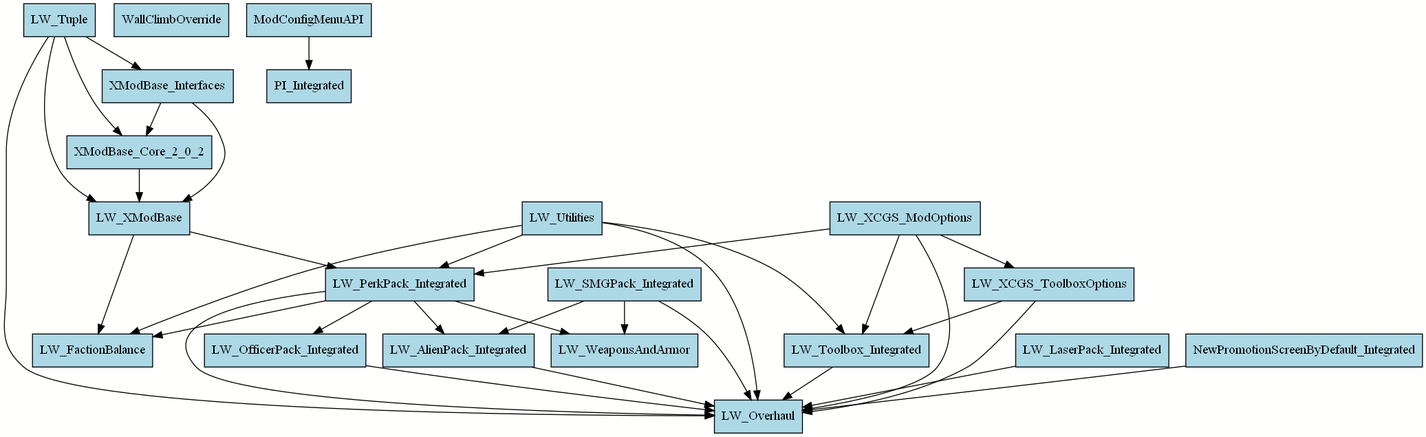
Earlier version of the Graphviz export static/img/load-order/lw2.png (robojumper/robojumper.github.io). Its source is kept beside it as raw/load-order/lw2.dot. Its diagram source:
```dot
digraph lw2 {
    bgcolor="#fffffd";
    node [shape=box style=filled fillcolor="lightblue"];

	LW_Tuple -> LW_Overhaul;
	LW_Tuple -> LW_XModBase;
	LW_Tuple -> XModBase_Core_2_0_2;
	LW_Tuple -> XModBase_Interfaces;

	XModBase_Interfaces -> LW_XModBase;
	XModBase_Interfaces -> XModBase_Core_2_0_2;

	XModBase_Core_2_0_2 -> LW_XModBase;

	LW_XModBase -> LW_PerkPack_Integrated;
	LW_XModBase -> LW_FactionBalance;

	WallClimbOverride;

	LW_Utilities -> LW_FactionBalance;
	LW_Utilities -> LW_Overhaul;
	LW_Utilities -> LW_PerkPack_Integrated;
	LW_Utilities -> LW_Toolbox_Integrated;

	ModConfigMenuAPI -> PI_Integrated;

	LW_XCGS_ModOptions -> LW_Overhaul;
	LW_XCGS_ModOptions -> LW_PerkPack_Integrated;
	LW_XCGS_ModOptions -> LW_Toolbox_Integrated;
	LW_XCGS_ModOptions -> LW_XCGS_ToolboxOptions;

	LW_XCGS_ToolboxOptions -> LW_Toolbox_Integrated;
	LW_XCGS_ToolboxOptions -> LW_Overhaul;

	LW_SMGPack_Integrated -> LW_Overhaul;
	LW_SMGPack_Integrated -> LW_AlienPack_Integrated;
	LW_SMGPack_Integrated -> LW_WeaponsAndArmor;

	LW_LaserPack_Integrated -> LW_Overhaul;

	NewPromotionScreenByDefault_Integrated -> LW_Overhaul;

	LW_PerkPack_Integrated -> LW_AlienPack_Integrated;
	LW_PerkPack_Integrated -> LW_FactionBalance;
	LW_PerkPack_Integrated -> LW_OfficerPack_Integrated;
	LW_PerkPack_Integrated -> LW_Overhaul;
	LW_PerkPack_Integrated -> LW_WeaponsAndArmor;

	LW_OfficerPack_Integrated -> LW_Overhaul;

	LW_AlienPack_Integrated -> LW_Overhaul;

	LW_Toolbox_Integrated -> LW_Overhaul;
}
```
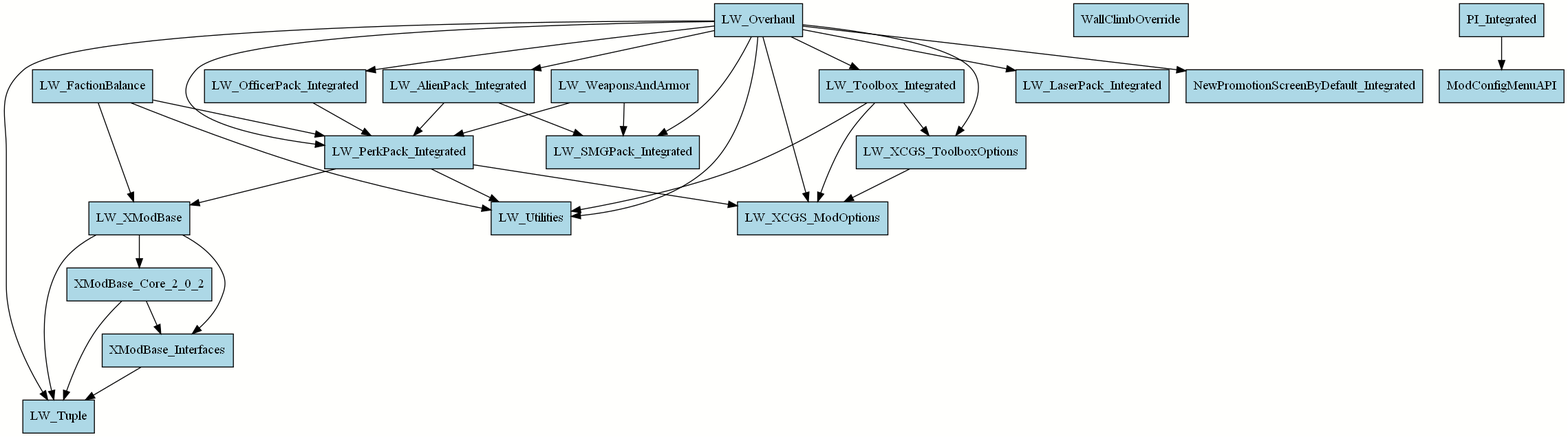
Later version of the same file.

Diff of the diagram source:
```diff
@@ -2,53 +2,53 @@
     bgcolor="#fffffd";
     node [shape=box style=filled fillcolor="lightblue"];
 
-	LW_Tuple -> LW_Overhaul;
-	LW_Tuple -> LW_XModBase;
-	LW_Tuple -> XModBase_Core_2_0_2;
-	LW_Tuple -> XModBase_Interfaces;
+	LW_Overhaul -> LW_Tuple;
+	LW_XModBase -> LW_Tuple;
+	XModBase_Core_2_0_2 -> LW_Tuple;
+	XModBase_Interfaces -> LW_Tuple;
 
-	XModBase_Interfaces -> LW_XModBase;
-	XModBase_Interfaces -> XModBase_Core_2_0_2;
+	LW_XModBase -> XModBase_Interfaces;
+	XModBase_Core_2_0_2 -> XModBase_Interfaces;
 
-	XModBase_Core_2_0_2 -> LW_XModBase;
+	LW_XModBase -> XModBase_Core_2_0_2;
 
-	LW_XModBase -> LW_PerkPack_Integrated;
-	LW_XModBase -> LW_FactionBalance;
+	LW_PerkPack_Integrated -> LW_XModBase;
+	LW_FactionBalance -> LW_XModBase;
 
 	WallClimbOverride;
 
-	LW_Utilities -> LW_FactionBalance;
-	LW_Utilities -> LW_Overhaul;
-	LW_Utilities -> LW_PerkPack_Integrated;
-	LW_Utilities -> LW_Toolbox_Integrated;
+	LW_FactionBalance -> LW_Utilities;
+	LW_Overhaul -> LW_Utilities;
+	LW_PerkPack_Integrated -> LW_Utilities;
+	LW_Toolbox_Integrated -> LW_Utilities;
 
-	ModConfigMenuAPI -> PI_Integrated;
+	PI_Integrated -> ModConfigMenuAPI;
 
-	LW_XCGS_ModOptions -> LW_Overhaul;
-	LW_XCGS_ModOptions -> LW_PerkPack_Integrated;
-	LW_XCGS_ModOptions -> LW_Toolbox_Integrated;
-	LW_XCGS_ModOptions -> LW_XCGS_ToolboxOptions;
+	LW_Overhaul -> LW_XCGS_ModOptions;
+	LW_PerkPack_Integrated -> LW_XCGS_ModOptions;
+	LW_Toolbox_Integrated -> LW_XCGS_ModOptions;
+	LW_XCGS_ToolboxOptions -> LW_XCGS_ModOptions;
 
-	LW_XCGS_ToolboxOptions -> LW_Toolbox_Integrated;
-	LW_XCGS_ToolboxOptions -> LW_Overhaul;
+	LW_Toolbox_Integrated -> LW_XCGS_ToolboxOptions;
+	LW_Overhaul -> LW_XCGS_ToolboxOptions;
 
-	LW_SMGPack_Integrated -> LW_Overhaul;
-	LW_SMGPack_Integrated -> LW_AlienPack_Integrated;
-	LW_SMGPack_Integrated -> LW_WeaponsAndArmor;
+	LW_Overhaul -> LW_SMGPack_Integrated;
+	LW_AlienPack_Integrated -> LW_SMGPack_Integrated;
+	LW_WeaponsAndArmor -> LW_SMGPack_Integrated;
 
-	LW_LaserPack_Integrated -> LW_Overhaul;
+	LW_Overhaul -> LW_LaserPack_Integrated;
 
-	NewPromotionScreenByDefault_Integrated -> LW_Overhaul;
+	LW_Overhaul -> NewPromotionScreenByDefault_Integrated;
 
-	LW_PerkPack_Integrated -> LW_AlienPack_Integrated;
-	LW_PerkPack_Integrated -> LW_FactionBalance;
-	LW_PerkPack_Integrated -> LW_OfficerPack_Integrated;
-	LW_PerkPack_Integrated -> LW_Overhaul;
-	LW_PerkPack_Integrated -> LW_WeaponsAndArmor;
+	LW_AlienPack_Integrated -> LW_PerkPack_Integrated;
+	LW_FactionBalance -> LW_PerkPack_Integrated;
+	LW_OfficerPack_Integrated -> LW_PerkPack_Integrated;
+	LW_Overhaul -> LW_PerkPack_Integrated;
+	LW_WeaponsAndArmor -> LW_PerkPack_Integrated;
 
-	LW_OfficerPack_Integrated -> LW_Overhaul;
+	LW_Overhaul -> LW_OfficerPack_Integrated;
 
-	LW_AlienPack_Integrated -> LW_Overhaul;
+	LW_Overhaul -> LW_AlienPack_Integrated;
 
-	LW_Toolbox_Integrated -> LW_Overhaul;
+	LW_Overhaul -> LW_Toolbox_Integrated;
 }
```
